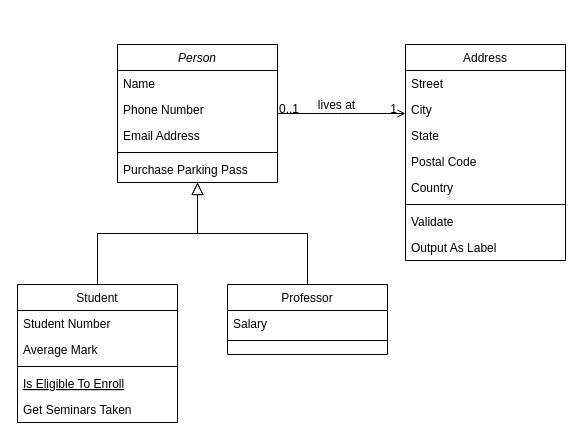
This is drawio.drawio from powdercat/drawio, a draw.io file, before an edit. Source tidied: cells renumbered, new cells numbered last; positions are measured from the earlier drawing's top-left corner, leaving out a move shared by most shapes. Both pictures are drawn from the tidied source at 100%, with x=0, y=0 at pixel (17, 44).
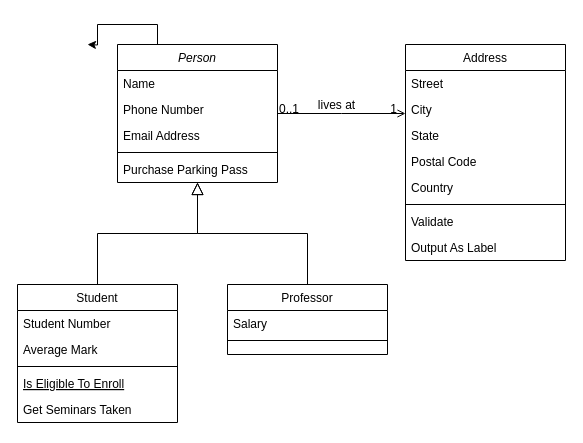
The same diagram, later.

Unchanged cells that the change refers to:
```xml
<mxCell id="2" value="Person" style="swimlane;fontStyle=2;align=center;verticalAlign=top;horizontal=1;startSize=26;rounded=0;shadow=0;strokeWidth=1;" parent="1" vertex="1">
  <mxGeometry x="100" width="160" height="138" as="geometry" />
</mxCell>
```

Diff of the diagram source:
```diff
@@
+    <mxCell id="32" style="edgeStyle=orthogonalEdgeStyle;rounded=0;jettySize=auto;html=1;exitX=0.25;exitY=0;exitDx=0;exitDy=0;" parent="1" edge="1" source="2">
+      <mxGeometry relative="1" as="geometry">
+        <mxPoint x="70" as="targetPoint" />
+      </mxGeometry>
+    </mxCell>
```
